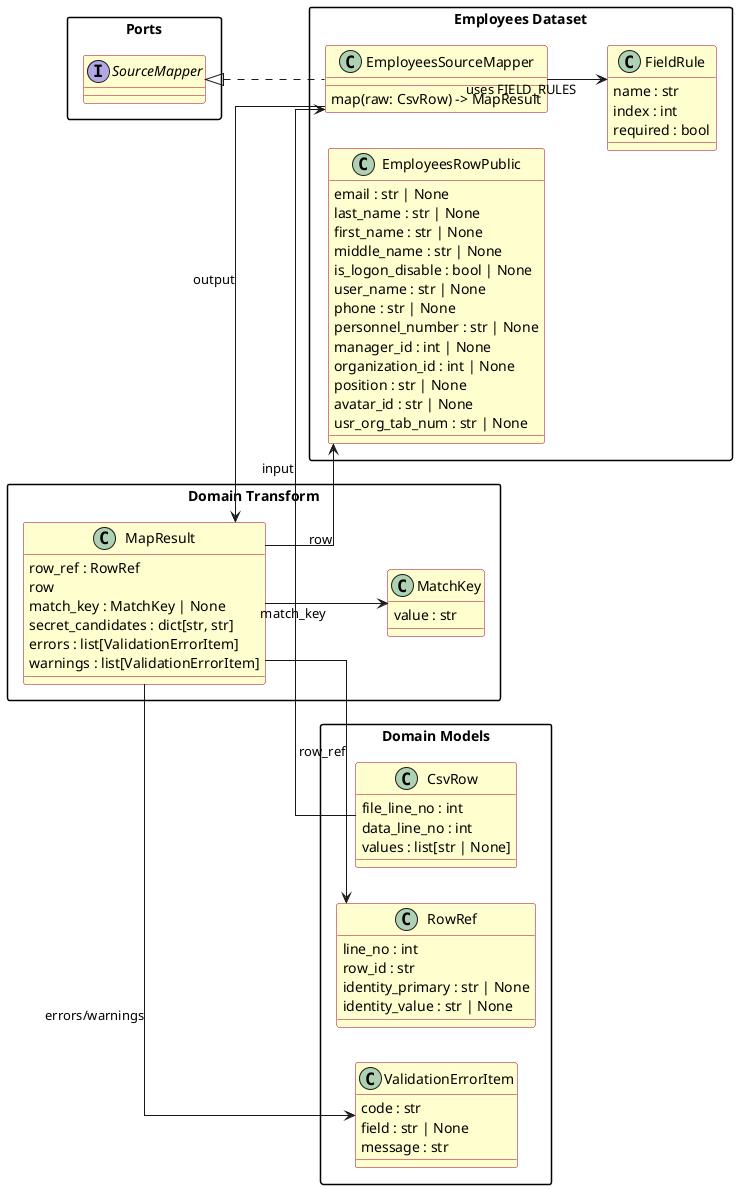
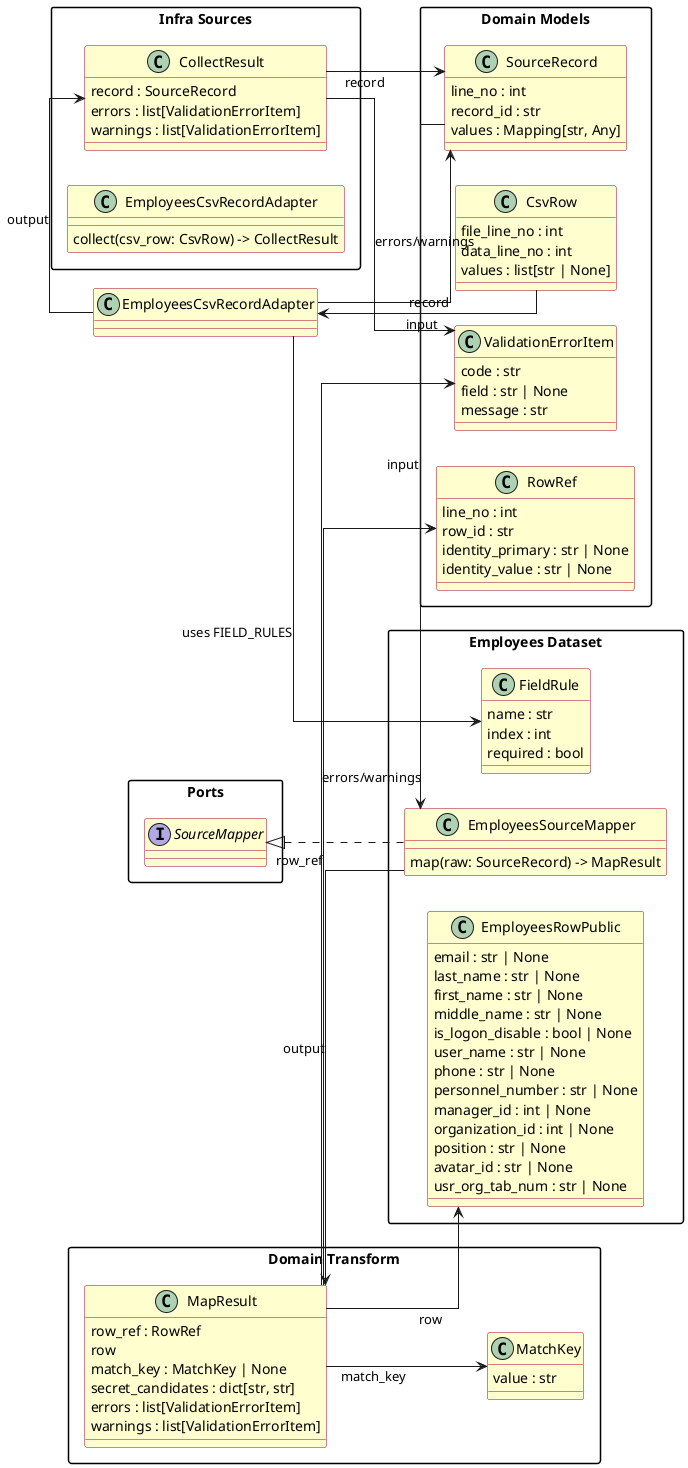
@startuml mapper_flow
left to right direction
skinparam packageStyle rectangle
skinparam linetype ortho
skinparam classAttributeIconSize 0
skinparam classBackgroundColor #FEFECE
skinparam classBorderColor #A80036
skinparam interfaceBackgroundColor #FEFECE
skinparam interfaceBorderColor #A80036

package "Ports" {
  interface SourceMapper
}

package "Domain Models" {
  class CsvRow {
    file_line_no : int
    data_line_no : int
    values : list[str | None]
  }
  class RowRef {
    line_no : int
    row_id : str
    identity_primary : str | None
    identity_value : str | None
  }
  class ValidationErrorItem {
    code : str
    field : str | None
    message : str
+   }
+   class SourceRecord {
+     line_no : int
+     record_id : str
+     values : Mapping[str, Any]
  }
}

package "Domain Transform" {
  class MatchKey {
    value : str
  }
  class MapResult {
    row_ref : RowRef
    row
    match_key : MatchKey | None
    secret_candidates : dict[str, str]
    errors : list[ValidationErrorItem]
    warnings : list[ValidationErrorItem]
  }
}

package "Employees Dataset" {
  class EmployeesRowPublic {
    email : str | None
    last_name : str | None
    first_name : str | None
    middle_name : str | None
    is_logon_disable : bool | None
    user_name : str | None
    phone : str | None
    personnel_number : str | None
    manager_id : int | None
    organization_id : int | None
    position : str | None
    avatar_id : str | None
    usr_org_tab_num : str | None
  }
  class EmployeesSourceMapper {
-     map(raw: CsvRow) -> MapResult
+     map(raw: SourceRecord) -> MapResult
  }
  class FieldRule {
    name : str
    index : int
    required : bool
  }
}

SourceMapper <|.. EmployeesSourceMapper
- CsvRow --> EmployeesSourceMapper : input
+ CsvRow --> EmployeesCsvRecordAdapter : input
+ EmployeesCsvRecordAdapter --> SourceRecord : record
+ SourceRecord --> EmployeesSourceMapper : input
EmployeesSourceMapper --> MapResult : output
MapResult --> EmployeesRowPublic : row
MapResult --> MatchKey : match_key
MapResult --> RowRef : row_ref
MapResult --> ValidationErrorItem : errors/warnings
- EmployeesSourceMapper --> FieldRule : uses FIELD_RULES
+ EmployeesCsvRecordAdapter --> FieldRule : uses FIELD_RULES
+ 
+ package "Infra Sources" {
+   class CollectResult {
+     record : SourceRecord
+     errors : list[ValidationErrorItem]
+     warnings : list[ValidationErrorItem]
+   }
+   class EmployeesCsvRecordAdapter {
+     collect(csv_row: CsvRow) -> CollectResult
+   }
+ }
+ 
+ EmployeesCsvRecordAdapter --> CollectResult : output
+ CollectResult --> SourceRecord : record
+ CollectResult --> ValidationErrorItem : errors/warnings
@enduml
